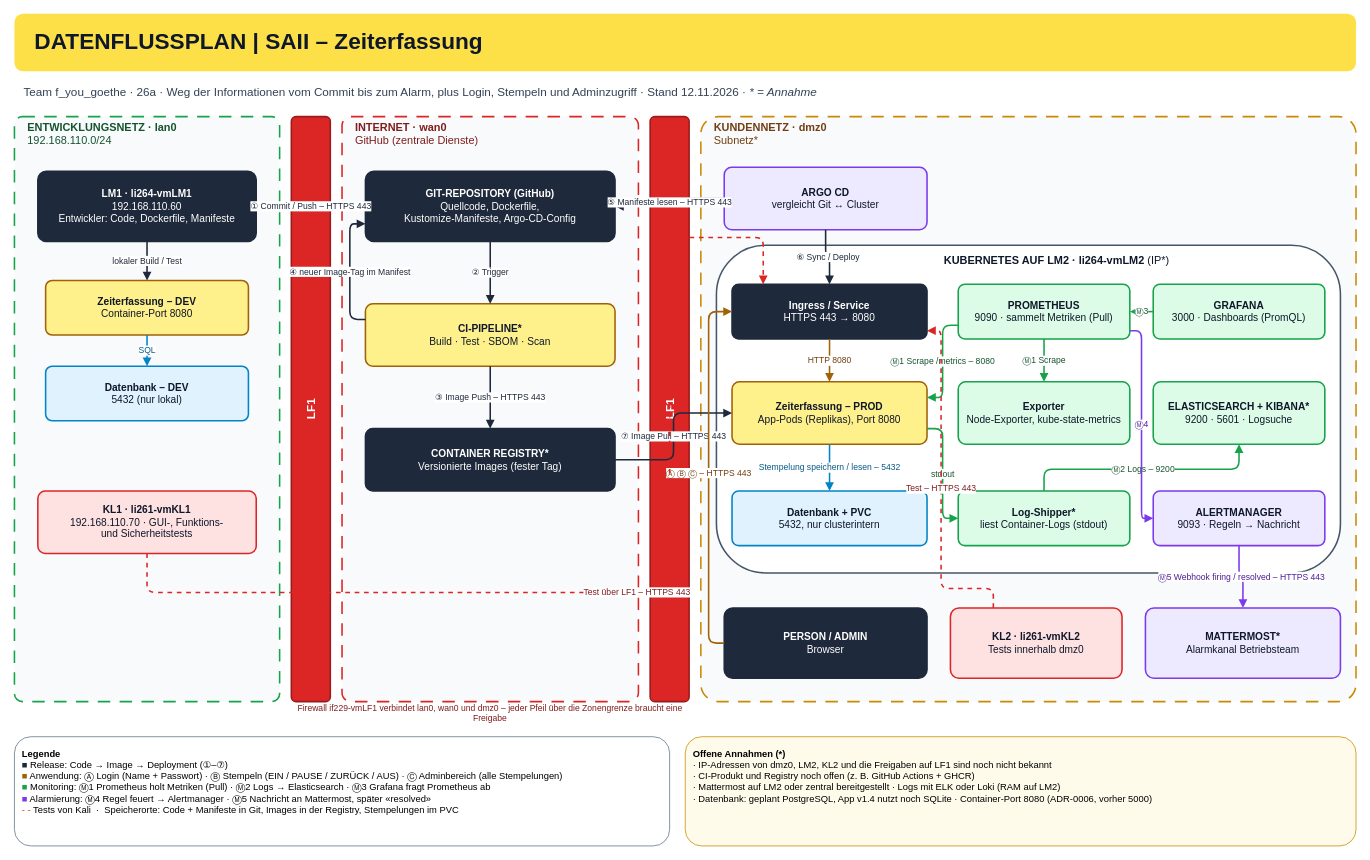
Earlier version of the draw.io diagram spec/diagrams/datenflussplan.drawio (kcinay055679/HF_SAII_f-ju-gothe). Source tidied: cells renumbered, new cells numbered last; positions are measured from the earlier drawing's top-left corner, leaving out a move shared by most shapes. Both pictures are drawn from the tidied source at 78%, with x=0, y=0 at pixel (14, 13).
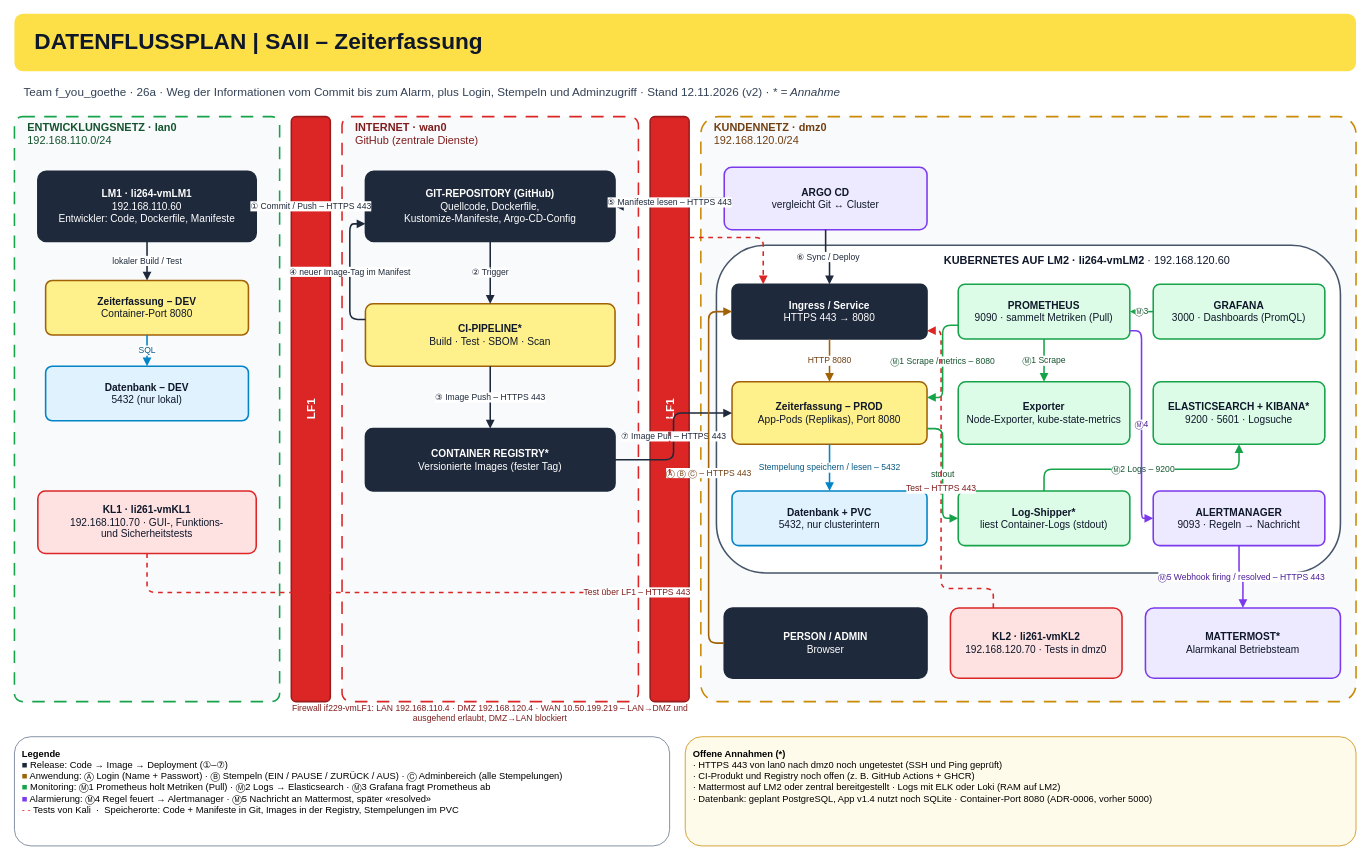
The same page after the edit.

Commit message (it also covers changes not shown here):
docs: align datenflussplan with the confirmed network

Change to the diagram source:
```diff
@@
-    <mxCell id="4" value="Team f_you_goethe · 26a · Weg der Informationen vom Commit bis zum Alarm, plus Login, Stempeln und Adminzugriff · Stand 12.11.2026 · &lt;i&gt;* = Annahme&lt;/i&gt;" style="text;html=1;strokeColor=none;fillColor=none;whiteSpace=wrap;align=left;verticalAlign=middle;fontFamily=Arial;fontSize=15;fontColor=#334155;" parent="1" vertex="1">
+    <mxCell id="4" value="Team f_you_goethe · 26a · Weg der Informationen vom Commit bis zum Alarm, plus Login, Stempeln und Adminzugriff · Stand 12.11.2026 (v2) · &lt;i&gt;* = Annahme&lt;/i&gt;" style="text;html=1;strokeColor=none;fillColor=none;whiteSpace=wrap;align=left;verticalAlign=middle;fontFamily=Arial;fontSize=15;fontColor=#334155;" parent="1" vertex="1">
       <mxGeometry x="10" y="80" width="1700" height="40" as="geometry" />
     </mxCell>
@@
-    <mxCell id="10" value="&lt;b&gt;KUNDENNETZ · dmz0&lt;/b&gt;&lt;br&gt;Subnetz*" style="text;html=1;strokeColor=none;fillColor=none;whiteSpace=wrap;align=left;verticalAlign=middle;fontFamily=Arial;fontSize=14;fontColor=#713F12;" parent="1" vertex="1">
+    <mxCell id="10" value="&lt;b&gt;KUNDENNETZ · dmz0&lt;/b&gt;&lt;br&gt;192.168.120.0/24" style="text;html=1;strokeColor=none;fillColor=none;whiteSpace=wrap;align=left;verticalAlign=middle;fontFamily=Arial;fontSize=14;fontColor=#713F12;" parent="1" vertex="1">
       <mxGeometry x="895" y="138" width="800" height="32" as="geometry" />
     </mxCell>
@@
-    <mxCell id="13" value="Firewall if229-vmLF1 verbindet lan0, wan0 und dmz0 – jeder Pfeil über die Zonengrenze braucht eine Freigabe" style="text;html=1;strokeColor=none;fillColor=none;whiteSpace=wrap;align=left;verticalAlign=middle;fontFamily=Arial;fontSize=11;fontColor=#7F1D1D;align=center;" parent="1" vertex="1">
+    <mxCell id="13" value="Firewall if229-vmLF1: LAN 192.168.110.4 · DMZ 192.168.120.4 · WAN 10.50.199.219 – LAN→DMZ und ausgehend erlaubt, DMZ→LAN blockiert" style="text;html=1;strokeColor=none;fillColor=none;whiteSpace=wrap;align=left;verticalAlign=middle;fontFamily=Arial;fontSize=11;fontColor=#7F1D1D;align=center;" parent="1" vertex="1">
       <mxGeometry x="340" y="884" width="540" height="26" as="geometry" />
     </mxCell>
@@
-    <mxCell id="23" value="&lt;b&gt;KUBERNETES AUF LM2 · li264-vmLM2&lt;/b&gt; (IP*)" style="text;html=1;strokeColor=none;fillColor=none;whiteSpace=wrap;align=left;verticalAlign=middle;fontFamily=Arial;fontSize=14;fontColor=#0F172A;" parent="1" vertex="1">
+    <mxCell id="23" value="&lt;b&gt;KUBERNETES AUF LM2 · li264-vmLM2&lt;/b&gt; · 192.168.120.60" style="text;html=1;strokeColor=none;fillColor=none;whiteSpace=wrap;align=left;verticalAlign=middle;fontFamily=Arial;fontSize=14;fontColor=#0F172A;" parent="1" vertex="1">
       <mxGeometry x="1190" y="302" width="500" height="30" as="geometry" />
     </mxCell>
@@
-    <mxCell id="34" value="&lt;b&gt;KL2 · li261-vmKL2&lt;/b&gt;&lt;br&gt;Tests innerhalb dmz0" style="rounded=1;arcSize=12;html=1;whiteSpace=wrap;strokeWidth=2;fontFamily=Arial;fontSize=13;fillColor=#FEE2E2;strokeColor=#DC2626;fontColor=#0F172A;" parent="1" vertex="1">
+    <mxCell id="34" value="&lt;b&gt;KL2 · li261-vmKL2&lt;/b&gt;&lt;br&gt;192.168.120.70 · Tests in dmz0" style="rounded=1;arcSize=12;html=1;whiteSpace=wrap;strokeWidth=2;fontFamily=Arial;fontSize=13;fillColor=#FEE2E2;strokeColor=#DC2626;fontColor=#0F172A;" parent="1" vertex="1">
       <mxGeometry x="1200" y="762" width="220" height="90" as="geometry" />
     </mxCell>
@@
-    <mxCell id="58" value="&lt;b&gt;Offene Annahmen (*)&lt;/b&gt;&lt;br&gt;· IP-Adressen von dmz0, LM2, KL2 und die Freigaben auf LF1 sind noch nicht bekannt&lt;br&gt;· CI-Produkt und Registry noch offen (z. B. GitHub Actions + GHCR)&lt;br&gt;· Mattermost auf LM2 oder zentral bereitgestellt · Logs mit ELK oder Loki (RAM auf LM2)&lt;br&gt;· Datenbank: geplant PostgreSQL, App v1.4 nutzt noch SQLite · Container-Port 8080 (ADR-0006, vorher 5000)" style="rounded=1;html=1;whiteSpace=wrap;align=left;verticalAlign=top;spacing=10;fillColor=#FFFBEB;strokeColor=#CA8A04;fontFamily=Arial;fontSize=12;" parent="1" vertex="1">
+    <mxCell id="58" value="&lt;b&gt;Offene Annahmen (*)&lt;/b&gt;&lt;br&gt;· HTTPS 443 von lan0 nach dmz0 noch ungetestet (SSH und Ping geprüft)&lt;br&gt;· CI-Produkt und Registry noch offen (z. B. GitHub Actions + GHCR)&lt;br&gt;· Mattermost auf LM2 oder zentral bereitgestellt · Logs mit ELK oder Loki (RAM auf LM2)&lt;br&gt;· Datenbank: geplant PostgreSQL, App v1.4 nutzt noch SQLite · Container-Port 8080 (ADR-0006, vorher 5000)" style="rounded=1;html=1;whiteSpace=wrap;align=left;verticalAlign=top;spacing=10;fillColor=#FFFBEB;strokeColor=#CA8A04;fontFamily=Arial;fontSize=12;" parent="1" vertex="1">
       <mxGeometry x="860" y="927" width="860" height="140" as="geometry" />
     </mxCell>
```
